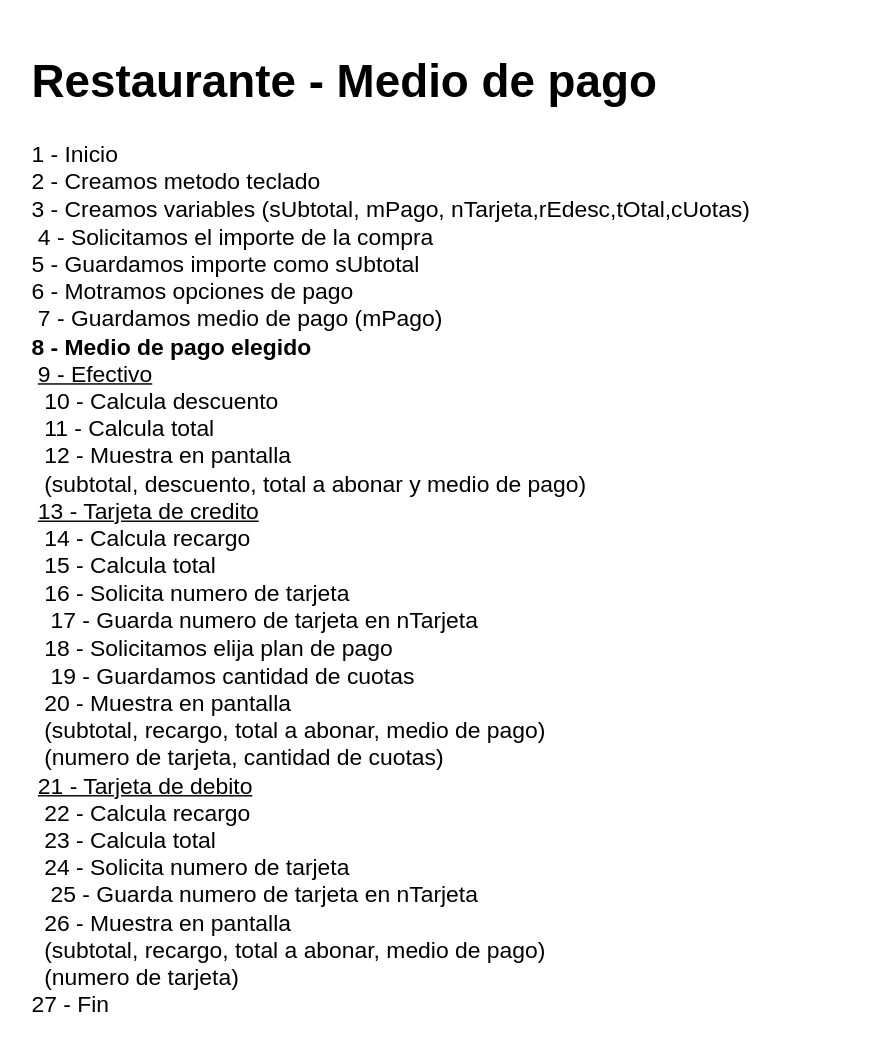
The draw.io diagram NetBeansProyects/Ejercicio 10/Diagrama sin título.drawio in MaxiFranz/TrayectoP, before the edit. Source tidied: cells renumbered, new cells numbered last; positions are measured from the earlier drawing's top-left corner, leaving out a move shared by most shapes. Both pictures are drawn from the tidied source at 143%, with x=0, y=0 at pixel (24, 39).
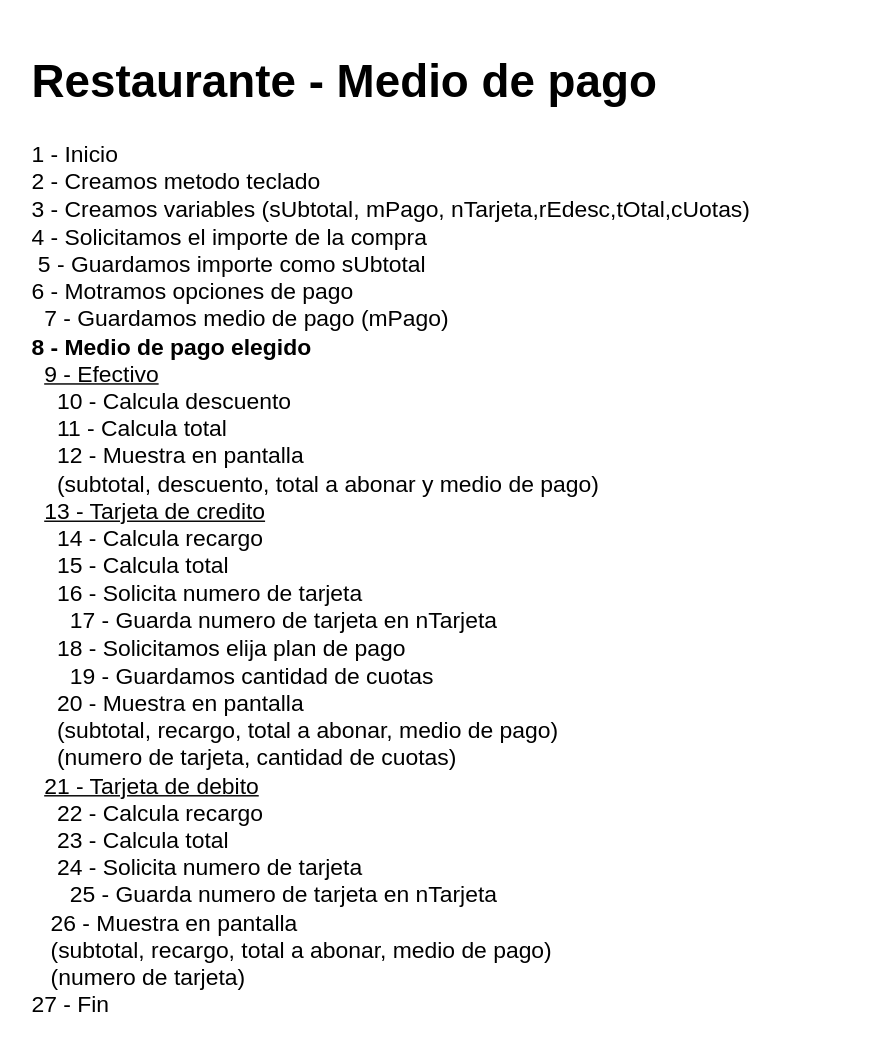
After the change.

Change to the diagram source:
```diff
@@
 <mxGraphModel>
   <root>
     <mxCell id="0" />
     <mxCell id="1" parent="0" />
-    <mxCell id="2" value="&lt;h1&gt;Restaurante - Medio de pago&lt;/h1&gt;&lt;p&gt;1 - Inicio&lt;br&gt;&lt;span style=&quot;background-color: initial;&quot;&gt;2 - Creamos metodo teclado&lt;br&gt;&lt;/span&gt;&lt;span style=&quot;background-color: initial;&quot;&gt;3 - Creamos variables (sUbtotal, mPago, nTarjeta,rEdesc,tOtal,cUotas)&lt;br&gt;&lt;/span&gt;&lt;span style=&quot;background-color: initial;&quot;&gt;&lt;span style=&quot;white-space: pre;&quot;&gt; &lt;/span&gt;4 - Solicitamos el importe de la compra&lt;br&gt;&lt;/span&gt;&lt;span style=&quot;background-color: initial;&quot;&gt;5 - Guardamos importe como sUbtotal&lt;br&gt;&lt;/span&gt;&lt;span style=&quot;background-color: initial;&quot;&gt;6 - Motramos opciones de pago&lt;br&gt;&lt;/span&gt;&lt;span style=&quot;background-color: initial;&quot;&gt;&lt;span style=&quot;white-space: pre;&quot;&gt; &lt;/span&gt;7 - Guardamos medio de pago (mPago)&lt;br&gt;&lt;/span&gt;&lt;span style=&quot;background-color: initial;&quot;&gt;&lt;b&gt;8 - Medio de pago elegido&lt;/b&gt;&lt;br&gt;&lt;/span&gt;&lt;span style=&quot;background-color: initial;&quot;&gt;&lt;span style=&quot;white-space: pre;&quot;&gt; &lt;/span&gt;&lt;u&gt;9 - Efectivo&lt;/u&gt;&lt;br&gt;&lt;/span&gt;&lt;span style=&quot;background-color: initial;&quot;&gt;&lt;span style=&quot;white-space: pre;&quot;&gt; &lt;/span&gt;&lt;span style=&quot;white-space: pre;&quot;&gt; &lt;/span&gt;10 - Calcula descuento&lt;br&gt;&lt;/span&gt;&lt;span style=&quot;background-color: initial;&quot;&gt;&lt;span style=&quot;white-space: pre;&quot;&gt; &lt;/span&gt;&lt;span style=&quot;white-space: pre;&quot;&gt; &lt;/span&gt;11 - Calcula total&lt;br&gt;&lt;/span&gt;&lt;span style=&quot;background-color: initial;&quot;&gt;&lt;span style=&quot;white-space: pre;&quot;&gt; &lt;/span&gt;&lt;span style=&quot;white-space: pre;&quot;&gt; &lt;/span&gt;12 - Muestra en pantalla&amp;nbsp;&lt;br&gt;&lt;/span&gt;&lt;span style=&quot;background-color: initial;&quot;&gt;&lt;span style=&quot;white-space: pre;&quot;&gt; &lt;/span&gt;&lt;span style=&quot;white-space: pre;&quot;&gt; &lt;/span&gt;(subtotal, descuento, total a abonar y medio de pago)&lt;br&gt;&lt;/span&gt;&lt;span style=&quot;background-color: initial;&quot;&gt;&lt;span style=&quot;white-space: pre;&quot;&gt; &lt;/span&gt;&lt;u&gt;13 - Tarjeta de credito&lt;/u&gt;&lt;br&gt;&lt;/span&gt;&lt;span style=&quot;background-color: initial;&quot;&gt;&lt;span style=&quot;white-space: pre;&quot;&gt; &lt;/span&gt;&lt;span style=&quot;white-space: pre;&quot;&gt; &lt;/span&gt;14 - Calcula recargo&lt;br&gt;&lt;/span&gt;&lt;span style=&quot;background-color: initial;&quot;&gt;&lt;span style=&quot;white-space: pre;&quot;&gt; &lt;/span&gt;&lt;span style=&quot;white-space: pre;&quot;&gt; &lt;/span&gt;15 - Calcula total&lt;br&gt;&lt;/span&gt;&lt;span style=&quot;background-color: initial;&quot;&gt;&lt;span style=&quot;white-space: pre;&quot;&gt; &lt;/span&gt;&lt;span style=&quot;white-space: pre;&quot;&gt; &lt;/span&gt;16 - Solicita numero de tarjeta&lt;br&gt;&lt;/span&gt;&lt;span style=&quot;background-color: initial;&quot;&gt;&lt;span style=&quot;white-space: pre;&quot;&gt; &lt;/span&gt;&lt;span style=&quot;white-space: pre;&quot;&gt; &lt;span style=&quot;white-space: pre;&quot;&gt; &lt;/span&gt;&lt;/span&gt;17 - Guarda numero de tarjeta en nTarjeta&lt;br&gt;&lt;/span&gt;&lt;span style=&quot;background-color: initial;&quot;&gt;&lt;span style=&quot;white-space: pre;&quot;&gt; &lt;/span&gt;&lt;span style=&quot;white-space: pre;&quot;&gt; &lt;/span&gt;18 - Solicitamos elija plan de pago&lt;br&gt;&lt;/span&gt;&lt;span style=&quot;background-color: initial;&quot;&gt;&lt;span style=&quot;white-space: pre;&quot;&gt; &lt;/span&gt;&lt;span style=&quot;white-space: pre;&quot;&gt; &lt;/span&gt;&lt;span style=&quot;white-space: pre;&quot;&gt; &lt;/span&gt;19 - Guardamos cantidad de cuotas&lt;br&gt;&lt;/span&gt;&lt;span style=&quot;background-color: initial;&quot;&gt;&lt;span style=&quot;white-space: pre;&quot;&gt; &lt;/span&gt;&lt;span style=&quot;white-space: pre;&quot;&gt; &lt;/span&gt;20 - Muestra en pantalla&amp;nbsp;&lt;br&gt;&lt;/span&gt;&lt;span style=&quot;background-color: initial;&quot;&gt;&lt;span style=&quot;white-space: pre;&quot;&gt; &lt;/span&gt;&lt;span style=&quot;white-space: pre;&quot;&gt; &lt;/span&gt;(subtotal, recargo, total a abonar, medio de pago)&lt;br&gt;&lt;/span&gt;&lt;span style=&quot;background-color: initial;&quot;&gt;&lt;span style=&quot;white-space: pre;&quot;&gt; &lt;/span&gt;&lt;span style=&quot;white-space: pre;&quot;&gt; &lt;/span&gt;(numero de tarjeta, cantidad de cuotas)&lt;br&gt;&lt;/span&gt;&lt;span style=&quot;background-color: initial;&quot;&gt;&lt;span style=&quot;white-space: pre;&quot;&gt; &lt;/span&gt;&lt;u&gt;21 - Tarjeta de debito&lt;/u&gt;&lt;br&gt;&lt;/span&gt;&lt;span style=&quot;background-color: initial;&quot;&gt;&lt;span style=&quot;white-space: pre;&quot;&gt; &lt;/span&gt;&lt;span style=&quot;white-space: pre;&quot;&gt; &lt;/span&gt;22 - Calcula recargo&lt;br&gt;&lt;/span&gt;&lt;span style=&quot;background-color: initial;&quot;&gt;&lt;span style=&quot;white-space: pre;&quot;&gt; &lt;/span&gt;&lt;span style=&quot;white-space: pre;&quot;&gt; &lt;/span&gt;23 - Calcula total&lt;br&gt;&lt;/span&gt;&lt;span style=&quot;background-color: initial;&quot;&gt;&lt;span style=&quot;white-space: pre;&quot;&gt; &lt;/span&gt;&lt;span style=&quot;white-space: pre;&quot;&gt; &lt;/span&gt;24 - Solicita numero de tarjeta&lt;br&gt;&lt;/span&gt;&lt;span style=&quot;background-color: initial;&quot;&gt;&lt;span style=&quot;white-space: pre;&quot;&gt; &lt;/span&gt;&lt;span style=&quot;white-space: pre;&quot;&gt; &lt;/span&gt;&lt;span style=&quot;white-space: pre;&quot;&gt; &lt;/span&gt;25 - Guarda numero de tarjeta en nTarjeta&lt;br&gt;&lt;/span&gt;&lt;span style=&quot;background-color: initial;&quot;&gt;&lt;span style=&quot;white-space: pre;&quot;&gt; &lt;/span&gt;&lt;span style=&quot;white-space: pre;&quot;&gt; &lt;/span&gt;26 - Muestra en pantalla&lt;br&gt;&lt;/span&gt;&lt;span style=&quot;background-color: initial;&quot;&gt;&lt;span style=&quot;white-space: pre;&quot;&gt; &lt;/span&gt;&lt;span style=&quot;white-space: pre;&quot;&gt; &lt;/span&gt;(subtotal, recargo, total a abonar, medio de pago)&lt;br&gt;&lt;/span&gt;&lt;span style=&quot;background-color: initial;&quot;&gt;&lt;span style=&quot;white-space: pre;&quot;&gt; &lt;/span&gt;&lt;span style=&quot;white-space: pre;&quot;&gt; &lt;/span&gt;(numero de tarjeta)&lt;br&gt;&lt;/span&gt;&lt;span style=&quot;background-color: initial;&quot;&gt;27 - Fin&lt;/span&gt;&lt;/p&gt;" style="text;html=1;strokeColor=none;fillColor=none;spacing=5;spacingTop=-20;whiteSpace=wrap;overflow=hidden;rounded=0;fontSize=16;" parent="1" vertex="1">
+    <mxCell id="2" value="&lt;h1&gt;Restaurante - Medio de pago&lt;/h1&gt;&lt;p&gt;1 - Inicio&lt;br&gt;&lt;span style=&quot;background-color: initial;&quot;&gt;2 - Creamos metodo teclado&lt;br&gt;&lt;/span&gt;&lt;span style=&quot;background-color: initial;&quot;&gt;3 - Creamos variables (sUbtotal, mPago, nTarjeta,rEdesc,tOtal,cUotas)&lt;br&gt;&lt;/span&gt;&lt;span style=&quot;background-color: initial;&quot;&gt;4 - Solicitamos el importe de la compra&lt;br&gt;&lt;/span&gt;&lt;span style=&quot;background-color: initial;&quot;&gt;&lt;span style=&quot;white-space: pre;&quot;&gt; &lt;/span&gt;5 - Guardamos importe como sUbtotal&lt;br&gt;&lt;/span&gt;&lt;span style=&quot;background-color: initial;&quot;&gt;6 - Motramos opciones de pago&lt;br&gt;&lt;/span&gt;&lt;span style=&quot;background-color: initial;&quot;&gt;&lt;span style=&quot;white-space: pre;&quot;&gt; &lt;span style=&quot;white-space: pre;&quot;&gt; &lt;/span&gt;&lt;/span&gt;7 - Guardamos medio de pago (mPago)&lt;br&gt;&lt;/span&gt;&lt;span style=&quot;background-color: initial;&quot;&gt;&lt;b&gt;8 - Medio de pago elegido&lt;/b&gt;&lt;br&gt;&lt;/span&gt;&lt;span style=&quot;background-color: initial;&quot;&gt;&lt;span style=&quot;white-space: pre;&quot;&gt; &lt;span style=&quot;white-space: pre;&quot;&gt; &lt;/span&gt;&lt;/span&gt;&lt;u&gt;9 - Efectivo&lt;/u&gt;&lt;br&gt;&lt;/span&gt;&lt;span style=&quot;background-color: initial;&quot;&gt;&lt;span style=&quot;white-space: pre;&quot;&gt; &lt;/span&gt;&lt;span style=&quot;white-space: pre;&quot;&gt; &lt;span style=&quot;white-space: pre;&quot;&gt; &lt;/span&gt;&lt;span style=&quot;white-space: pre;&quot;&gt; &lt;/span&gt;&lt;/span&gt;10 - Calcula descuento&lt;br&gt;&lt;/span&gt;&lt;span style=&quot;background-color: initial;&quot;&gt;&lt;span style=&quot;white-space: pre;&quot;&gt; &lt;/span&gt;&lt;span style=&quot;white-space: pre;&quot;&gt; &lt;span style=&quot;white-space: pre;&quot;&gt; &lt;/span&gt;&lt;span style=&quot;white-space: pre;&quot;&gt; &lt;/span&gt;&lt;/span&gt;11 - Calcula total&lt;br&gt;&lt;/span&gt;&lt;span style=&quot;background-color: initial;&quot;&gt;&lt;span style=&quot;white-space: pre;&quot;&gt; &lt;/span&gt;&lt;span style=&quot;white-space: pre;&quot;&gt; &lt;span style=&quot;white-space: pre;&quot;&gt; &lt;/span&gt;&lt;span style=&quot;white-space: pre;&quot;&gt; &lt;/span&gt;&lt;/span&gt;12 - Muestra en pantalla&amp;nbsp;&lt;br&gt;&lt;/span&gt;&lt;span style=&quot;background-color: initial;&quot;&gt;&lt;span style=&quot;white-space: pre;&quot;&gt; &lt;/span&gt;&lt;span style=&quot;white-space: pre;&quot;&gt; &lt;span style=&quot;white-space: pre;&quot;&gt; &lt;/span&gt;&lt;span style=&quot;white-space: pre;&quot;&gt; &lt;/span&gt;&lt;/span&gt;(subtotal, descuento, total a abonar y medio de pago)&lt;br&gt;&lt;/span&gt;&lt;span style=&quot;background-color: initial;&quot;&gt;&lt;span style=&quot;white-space: pre;&quot;&gt; &lt;span style=&quot;white-space: pre;&quot;&gt; &lt;/span&gt;&lt;/span&gt;&lt;u&gt;13 - Tarjeta de credito&lt;/u&gt;&lt;br&gt;&lt;/span&gt;&lt;span style=&quot;background-color: initial;&quot;&gt;&lt;span style=&quot;white-space: pre;&quot;&gt; &lt;/span&gt;&lt;span style=&quot;white-space: pre;&quot;&gt; &lt;span style=&quot;white-space: pre;&quot;&gt; &lt;/span&gt;&lt;span style=&quot;white-space: pre;&quot;&gt; &lt;/span&gt;&lt;/span&gt;14 - Calcula recargo&lt;br&gt;&lt;/span&gt;&lt;span style=&quot;background-color: initial;&quot;&gt;&lt;span style=&quot;white-space: pre;&quot;&gt; &lt;/span&gt;&lt;span style=&quot;white-space: pre;&quot;&gt; &lt;span style=&quot;white-space: pre;&quot;&gt; &lt;/span&gt;&lt;span style=&quot;white-space: pre;&quot;&gt; &lt;/span&gt;&lt;/span&gt;15 - Calcula total&lt;br&gt;&lt;/span&gt;&lt;span style=&quot;background-color: initial;&quot;&gt;&lt;span style=&quot;white-space: pre;&quot;&gt; &lt;/span&gt;&lt;span style=&quot;white-space: pre;&quot;&gt; &lt;span style=&quot;white-space: pre;&quot;&gt; &lt;/span&gt;&lt;span style=&quot;white-space: pre;&quot;&gt; &lt;/span&gt;&lt;/span&gt;16 - Solicita numero de tarjeta&lt;br&gt;&lt;/span&gt;&lt;span style=&quot;background-color: initial;&quot;&gt;&lt;span style=&quot;white-space: pre;&quot;&gt; &lt;/span&gt;&lt;span style=&quot;white-space: pre;&quot;&gt; &lt;span style=&quot;white-space: pre;&quot;&gt; &lt;span style=&quot;white-space: pre;&quot;&gt; &lt;/span&gt;&lt;span style=&quot;white-space: pre;&quot;&gt; &lt;/span&gt;&lt;span style=&quot;white-space: pre;&quot;&gt; &lt;/span&gt;&lt;/span&gt;&lt;/span&gt;17 - Guarda numero de tarjeta en nTarjeta&lt;br&gt;&lt;/span&gt;&lt;span style=&quot;background-color: initial;&quot;&gt;&lt;span style=&quot;white-space: pre;&quot;&gt; &lt;/span&gt;&lt;span style=&quot;white-space: pre;&quot;&gt; &lt;span style=&quot;white-space: pre;&quot;&gt; &lt;/span&gt;&lt;span style=&quot;white-space: pre;&quot;&gt; &lt;/span&gt;&lt;/span&gt;18 - Solicitamos elija plan de pago&lt;br&gt;&lt;/span&gt;&lt;span style=&quot;background-color: initial;&quot;&gt;&lt;span style=&quot;white-space: pre;&quot;&gt; &lt;/span&gt;&lt;span style=&quot;white-space: pre;&quot;&gt; &lt;/span&gt;&lt;span style=&quot;white-space: pre;&quot;&gt; &lt;span style=&quot;white-space: pre;&quot;&gt; &lt;/span&gt;&lt;span style=&quot;white-space: pre;&quot;&gt; &lt;/span&gt;&lt;span style=&quot;white-space: pre;&quot;&gt; &lt;/span&gt;&lt;/span&gt;19 - Guardamos cantidad de cuotas&lt;br&gt;&lt;/span&gt;&lt;span style=&quot;background-color: initial;&quot;&gt;&lt;span style=&quot;white-space: pre;&quot;&gt; &lt;/span&gt;&lt;span style=&quot;white-space: pre;&quot;&gt; &lt;span style=&quot;white-space: pre;&quot;&gt; &lt;/span&gt;&lt;span style=&quot;white-space: pre;&quot;&gt; &lt;/span&gt;&lt;/span&gt;20 - Muestra en pantalla&amp;nbsp;&lt;br&gt;&lt;/span&gt;&lt;span style=&quot;background-color: initial;&quot;&gt;&lt;span style=&quot;white-space: pre;&quot;&gt; &lt;/span&gt;&lt;span style=&quot;white-space: pre;&quot;&gt; &lt;span style=&quot;white-space: pre;&quot;&gt; &lt;/span&gt;&lt;span style=&quot;white-space: pre;&quot;&gt; &lt;/span&gt;&lt;/span&gt;(subtotal, recargo, total a abonar, medio de pago)&lt;br&gt;&lt;/span&gt;&lt;span style=&quot;background-color: initial;&quot;&gt;&lt;span style=&quot;white-space: pre;&quot;&gt; &lt;/span&gt;&lt;span style=&quot;white-space: pre;&quot;&gt; &lt;span style=&quot;white-space: pre;&quot;&gt; &lt;/span&gt;&lt;span style=&quot;white-space: pre;&quot;&gt; &lt;/span&gt;&lt;/span&gt;(numero de tarjeta, cantidad de cuotas)&lt;br&gt;&lt;/span&gt;&lt;span style=&quot;background-color: initial;&quot;&gt;&lt;span style=&quot;white-space: pre;&quot;&gt; &lt;span style=&quot;white-space: pre;&quot;&gt; &lt;/span&gt;&lt;/span&gt;&lt;u&gt;21 - Tarjeta de debito&lt;/u&gt;&lt;br&gt;&lt;/span&gt;&lt;span style=&quot;background-color: initial;&quot;&gt;&lt;span style=&quot;white-space: pre;&quot;&gt; &lt;/span&gt;&lt;span style=&quot;white-space: pre;&quot;&gt; &lt;span style=&quot;white-space: pre;&quot;&gt; &lt;/span&gt;&lt;span style=&quot;white-space: pre;&quot;&gt; &lt;/span&gt;&lt;/span&gt;22 - Calcula recargo&lt;br&gt;&lt;/span&gt;&lt;span style=&quot;background-color: initial;&quot;&gt;&lt;span style=&quot;white-space: pre;&quot;&gt; &lt;/span&gt;&lt;span style=&quot;white-space: pre;&quot;&gt; &lt;span style=&quot;white-space: pre;&quot;&gt; &lt;/span&gt;&lt;span style=&quot;white-space: pre;&quot;&gt; &lt;/span&gt;&lt;/span&gt;23 - Calcula total&lt;br&gt;&lt;/span&gt;&lt;span style=&quot;background-color: initial;&quot;&gt;&lt;span style=&quot;white-space: pre;&quot;&gt; &lt;/span&gt;&lt;span style=&quot;white-space: pre;&quot;&gt; &lt;span style=&quot;white-space: pre;&quot;&gt; &lt;/span&gt;&lt;span style=&quot;white-space: pre;&quot;&gt; &lt;/span&gt;&lt;/span&gt;24 - Solicita numero de tarjeta&lt;br&gt;&lt;/span&gt;&lt;span style=&quot;background-color: initial;&quot;&gt;&lt;span style=&quot;white-space: pre;&quot;&gt; &lt;/span&gt;&lt;span style=&quot;white-space: pre;&quot;&gt; &lt;/span&gt;&lt;span style=&quot;white-space: pre;&quot;&gt; &lt;span style=&quot;white-space: pre;&quot;&gt; &lt;/span&gt;&lt;span style=&quot;white-space: pre;&quot;&gt; &lt;span style=&quot;white-space: pre;&quot;&gt; &lt;/span&gt;&lt;/span&gt;&lt;/span&gt;25 - Guarda numero de tarjeta en nTarjeta&lt;br&gt;&lt;/span&gt;&lt;span style=&quot;background-color: initial;&quot;&gt;&lt;span style=&quot;white-space: pre;&quot;&gt; &lt;/span&gt;&lt;span style=&quot;white-space: pre;&quot;&gt; &lt;span style=&quot;white-space: pre;&quot;&gt; &lt;/span&gt;&lt;/span&gt;26 - Muestra en pantalla&lt;br&gt;&lt;/span&gt;&lt;span style=&quot;background-color: initial;&quot;&gt;&lt;span style=&quot;white-space: pre;&quot;&gt; &lt;/span&gt;&lt;span style=&quot;white-space: pre;&quot;&gt; &lt;span style=&quot;white-space: pre;&quot;&gt; &lt;/span&gt;&lt;/span&gt;(subtotal, recargo, total a abonar, medio de pago)&lt;br&gt;&lt;/span&gt;&lt;span style=&quot;background-color: initial;&quot;&gt;&lt;span style=&quot;white-space: pre;&quot;&gt; &lt;/span&gt;&lt;span style=&quot;white-space: pre;&quot;&gt; &lt;span style=&quot;white-space: pre;&quot;&gt; &lt;/span&gt;&lt;/span&gt;(numero de tarjeta)&lt;br&gt;&lt;/span&gt;&lt;span style=&quot;background-color: initial;&quot;&gt;27 - Fin&lt;/span&gt;&lt;/p&gt;" style="text;html=1;strokeColor=none;fillColor=none;spacing=5;spacingTop=-20;whiteSpace=wrap;overflow=hidden;rounded=0;fontSize=16;" parent="1" vertex="1">
       <mxGeometry width="576" height="700" as="geometry" />
     </mxCell>
   </root>
 </mxGraphModel>
```
